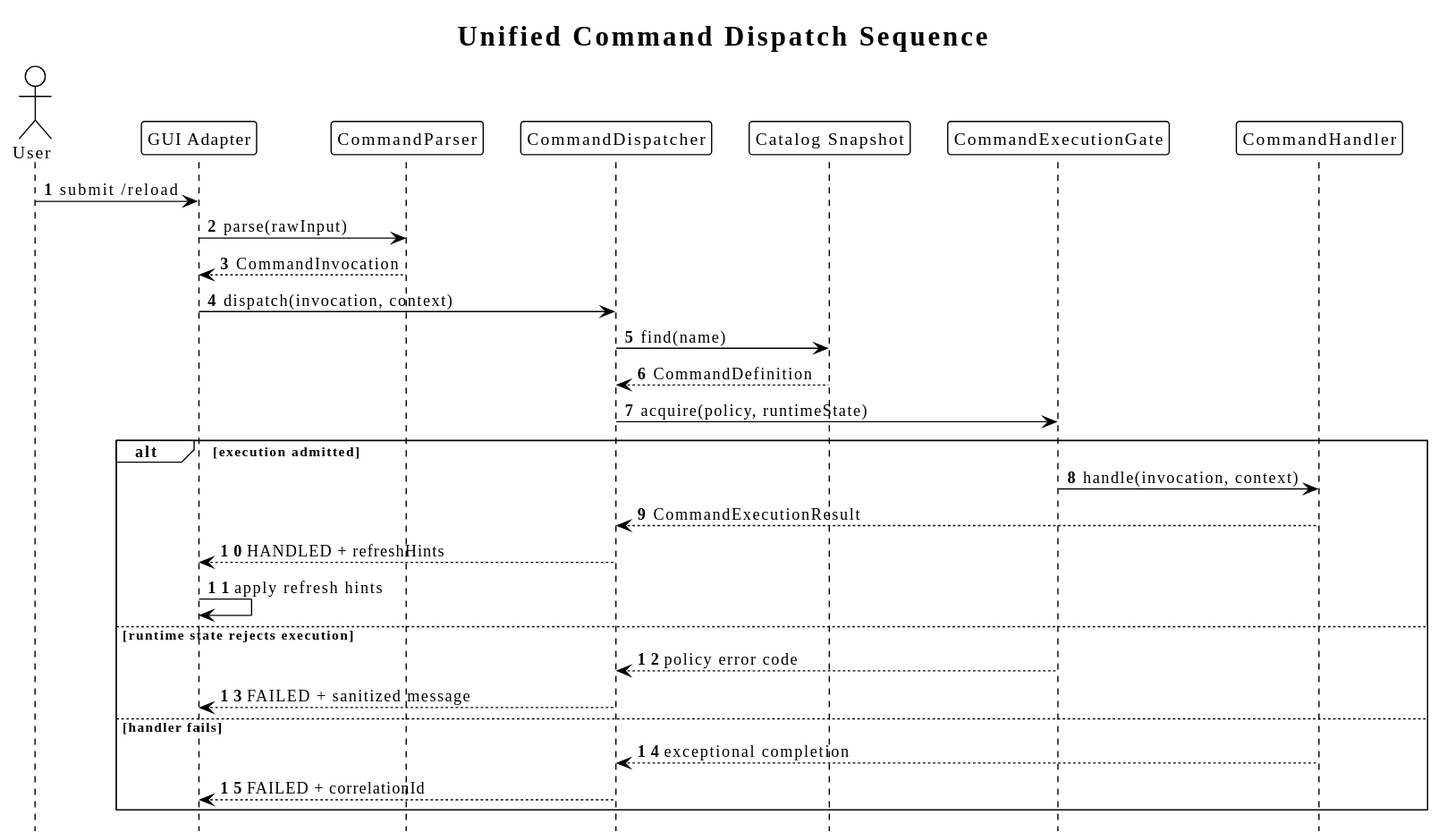
The PlantUML diagram diagrams/command/07-dispatch-sequence.svg in superheromeZzh/pi-mono-java-design, before a commit.
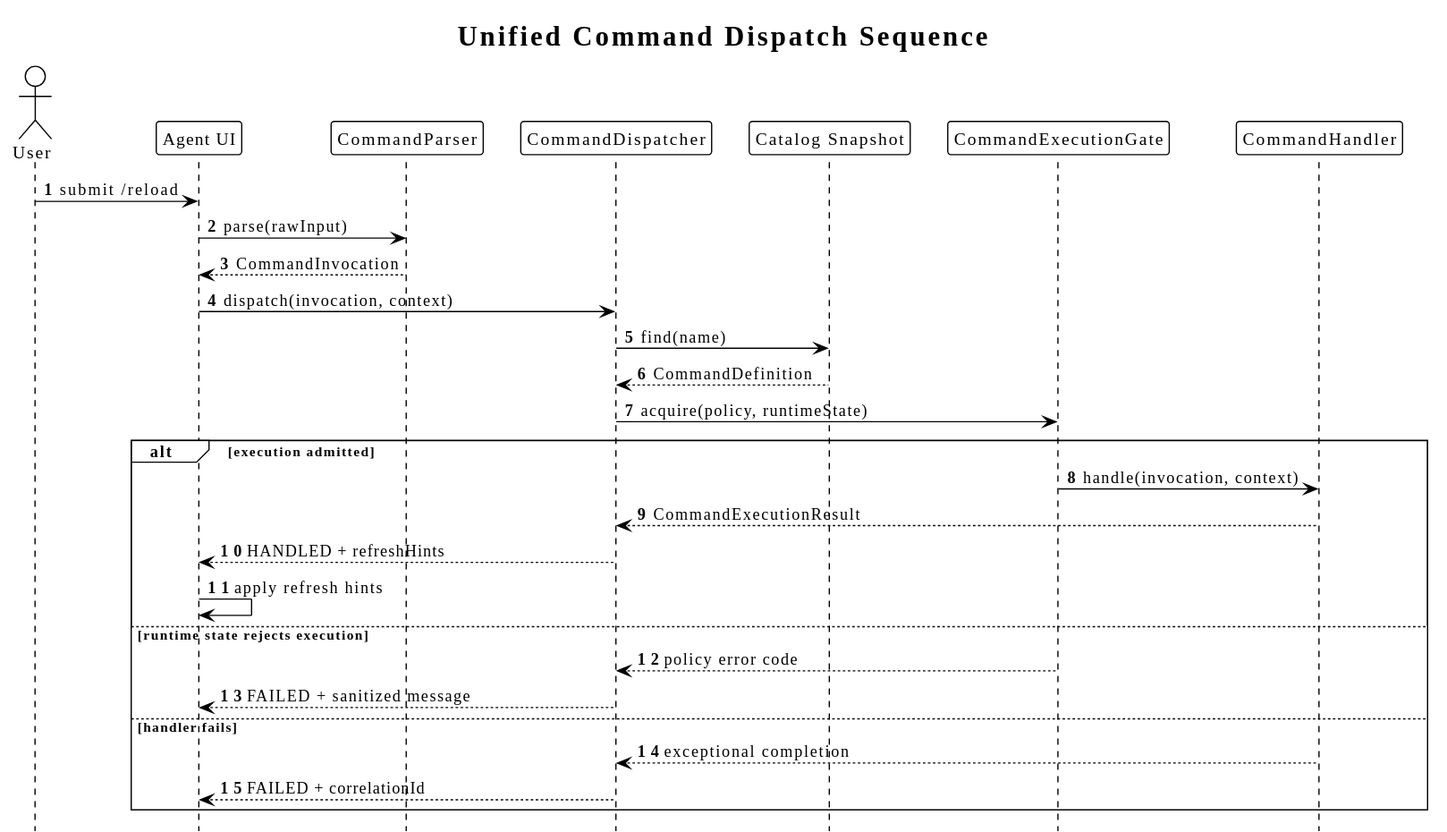
Later version of the same file.

Commit message:
docs(agent): rename GUI adapter to Agent UI

The edit, as a diff of the source:
```diff
@@ -9,7 +9,7 @@
 title Unified Command Dispatch Sequence
 
 actor User
-participant "GUI Adapter" as Client
+participant "Agent UI" as Client
 participant CommandParser as Parser
 participant CommandDispatcher as Dispatcher
 participant "Catalog Snapshot" as Catalog
```
